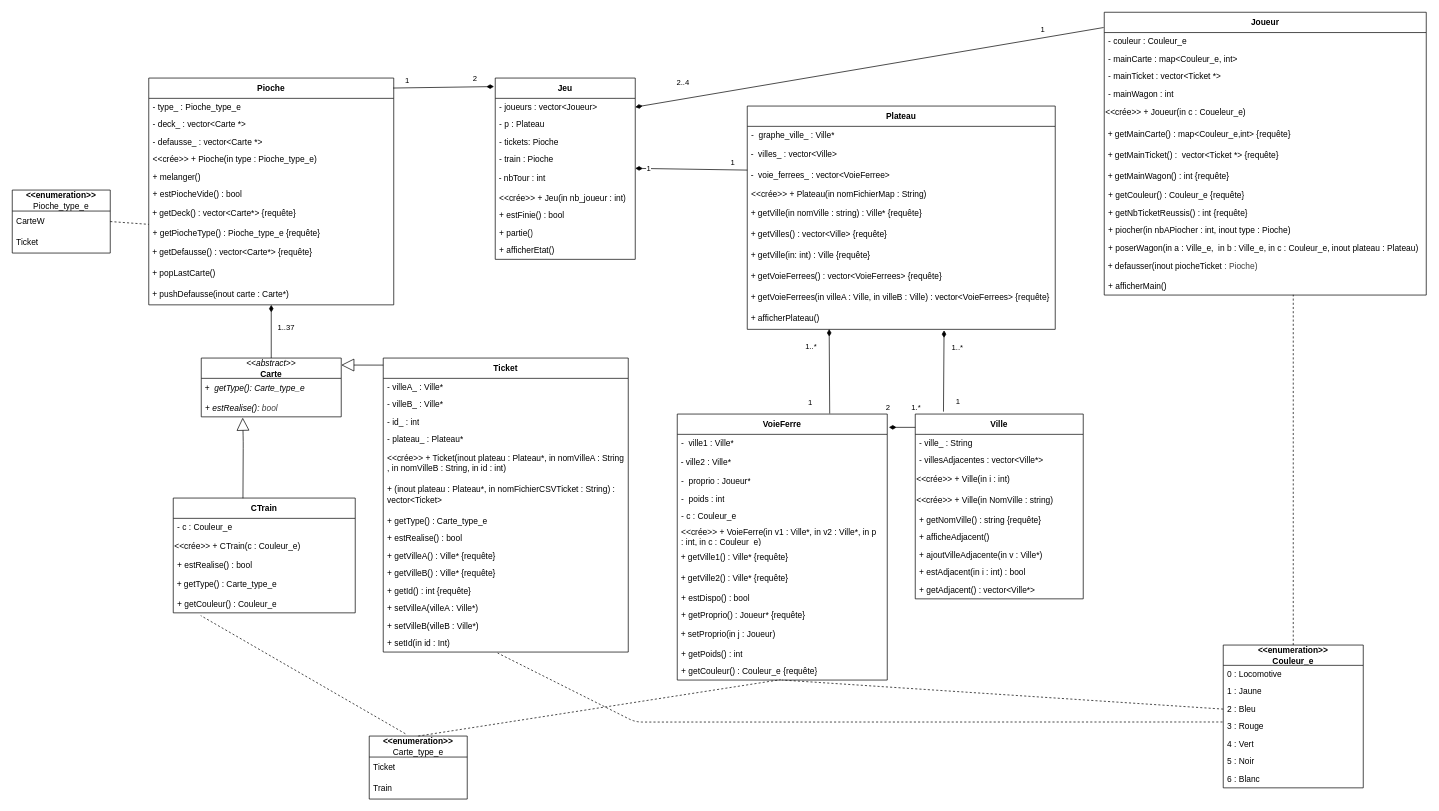
ECN-SEC-SMP/smp-tp11-note-secgpas keeps this draw.io diagram as specs/diagramme-classes.drawio. Above is the earlier version. Source tidied: cells renumbered, new cells numbered last; positions are measured from the earlier drawing's top-left corner, leaving out a move shared by most shapes. Both pictures are drawn from the tidied source at 70%, with x=0, y=0 at pixel (12, 12).
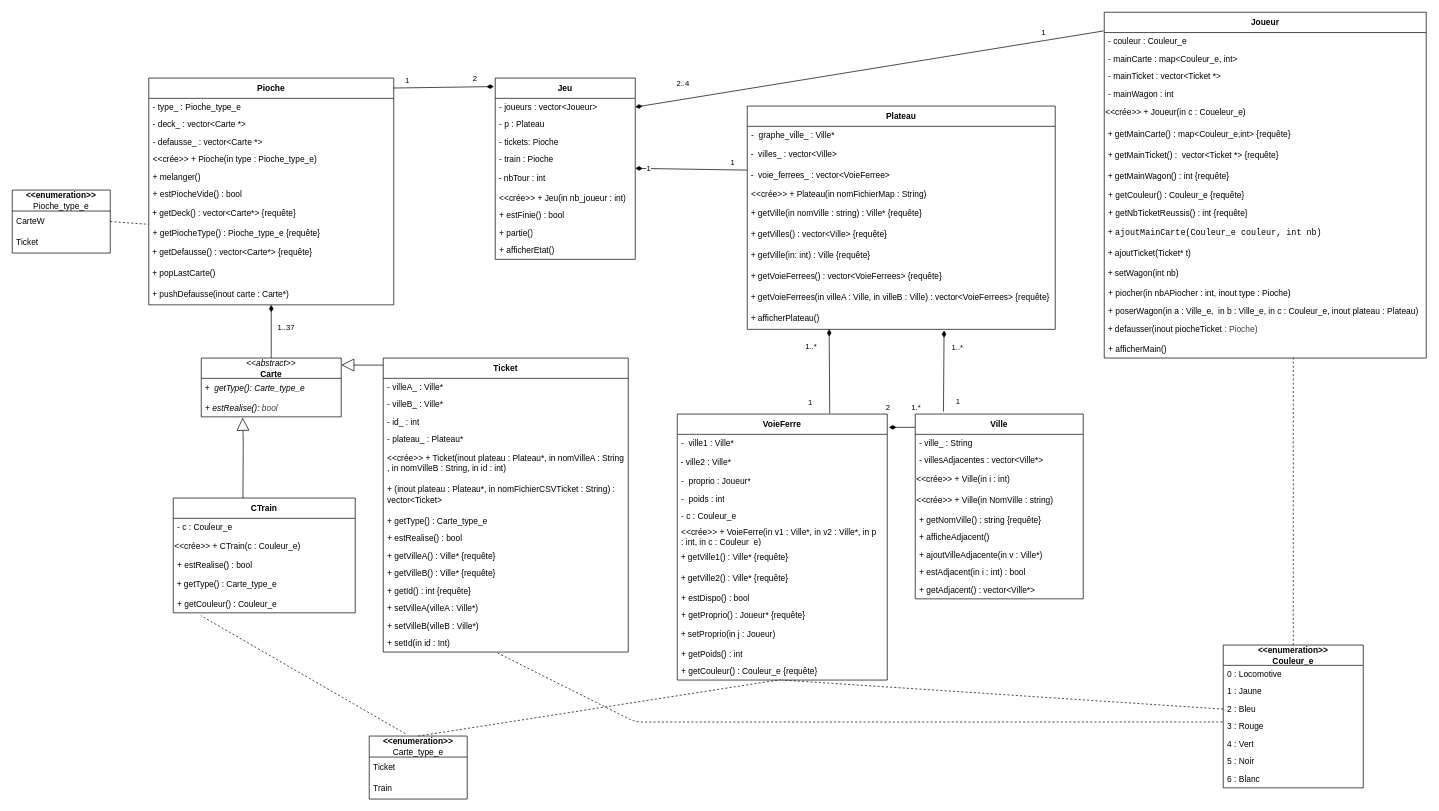
The same diagram, later.

Commit message:
modif du diagramme uml

Change to the diagram source:
```diff
@@
     <mxCell id="24" value="Joueur" style="swimlane;fontStyle=1;align=center;verticalAlign=middle;horizontal=1;startSize=29;html=1;whiteSpace=wrap;" parent="1" vertex="1">
-      <mxGeometry x="1560" width="460" height="404" as="geometry" />
+      <mxGeometry x="1560" width="460" height="494" as="geometry" />
     </mxCell>
@@
+    <mxCell id="140" value="&lt;font style=&quot;color: rgb(0, 0, 0);&quot;&gt;&amp;nbsp;+&amp;nbsp;&lt;span style=&quot;font-family: &amp;quot;Droid Sans Mono&amp;quot;, monospace; white-space: pre;&quot;&gt;ajoutMainCarte&lt;/span&gt;&lt;span style=&quot;font-family: &amp;quot;Droid Sans Mono&amp;quot;, monospace; white-space: pre;&quot;&gt;(&lt;/span&gt;&lt;span style=&quot;font-family: &amp;quot;Droid Sans Mono&amp;quot;, monospace; white-space: pre;&quot;&gt;Couleur_e&lt;/span&gt;&lt;span style=&quot;font-family: &amp;quot;Droid Sans Mono&amp;quot;, monospace; white-space: pre;&quot;&gt; &lt;/span&gt;&lt;span style=&quot;font-family: &amp;quot;Droid Sans Mono&amp;quot;, monospace; white-space: pre;&quot;&gt;couleur&lt;/span&gt;&lt;span style=&quot;font-family: &amp;quot;Droid Sans Mono&amp;quot;, monospace; white-space: pre;&quot;&gt;, &lt;/span&gt;&lt;span style=&quot;font-family: &amp;quot;Droid Sans Mono&amp;quot;, monospace; white-space: pre;&quot;&gt;int&lt;/span&gt;&lt;span style=&quot;font-family: &amp;quot;Droid Sans Mono&amp;quot;, monospace; white-space: pre;&quot;&gt; &lt;/span&gt;&lt;span style=&quot;font-family: &amp;quot;Droid Sans Mono&amp;quot;, monospace; white-space: pre;&quot;&gt;nb&lt;/span&gt;&lt;span style=&quot;font-family: &amp;quot;Droid Sans Mono&amp;quot;, monospace; white-space: pre;&quot;&gt;)&lt;/span&gt;&lt;/font&gt;" style="text;html=1;align=left;verticalAlign=middle;whiteSpace=wrap;rounded=0;" parent="24" vertex="1">
+      <mxGeometry y="299" width="460" height="30" as="geometry" />
+    </mxCell>
+    <mxCell id="141" value="&amp;nbsp;+ ajoutTicket(Ticket* t)" style="text;html=1;align=left;verticalAlign=middle;whiteSpace=wrap;rounded=0;" parent="24" vertex="1">
+      <mxGeometry y="329" width="460" height="30" as="geometry" />
+    </mxCell>
+    <mxCell id="142" value="&amp;nbsp;+ setWagon(int nb)" style="text;html=1;align=left;verticalAlign=middle;whiteSpace=wrap;rounded=0;" parent="24" vertex="1">
+      <mxGeometry y="359" width="460" height="30" as="geometry" />
+    </mxCell>
     <mxCell id="35" value="+ piocher(in nbAPiocher : int, inout type : Pioche)" style="text;html=1;strokeColor=none;fillColor=none;align=left;verticalAlign=middle;spacingLeft=4;spacingRight=4;overflow=hidden;whiteSpace=wrap;" parent="24" vertex="1">
-      <mxGeometry y="299" width="460" height="25" as="geometry" />
+      <mxGeometry y="389" width="460" height="25" as="geometry" />
     </mxCell>
     <mxCell id="36" value="+ poserWagon(in a :&amp;nbsp;&lt;span style=&quot;color: rgb(0, 0, 0);&quot;&gt;Ville_e&lt;/span&gt;,&amp;nbsp; in b :&amp;nbsp;&lt;span style=&quot;color: rgb(0, 0, 0);&quot;&gt;Ville_e&lt;/span&gt;, in c :&amp;nbsp;&lt;span style=&quot;color: rgb(0, 0, 0);&quot;&gt;Couleur_e, inout plateau : Plateau&lt;/span&gt;&lt;span style=&quot;background-color: transparent;&quot;&gt;)&lt;/span&gt;" style="text;html=1;strokeColor=none;fillColor=none;align=left;verticalAlign=middle;spacingLeft=4;spacingRight=4;overflow=hidden;whiteSpace=wrap;" parent="24" vertex="1">
-      <mxGeometry y="324" width="460" height="25" as="geometry" />
+      <mxGeometry y="414" width="460" height="25" as="geometry" />
     </mxCell>
     <mxCell id="37" value="&amp;nbsp;+ defausser(inout piocheTicket&amp;nbsp;&lt;span style=&quot;color: rgb(63, 63, 63); background-color: transparent;&quot;&gt;: Pioche)&lt;/span&gt;" style="text;html=1;align=left;verticalAlign=middle;whiteSpace=wrap;rounded=0;" parent="24" vertex="1">
-      <mxGeometry y="349" width="460" height="30" as="geometry" />
+      <mxGeometry y="439" width="460" height="30" as="geometry" />
     </mxCell>
     <mxCell id="38" value="+ afficherMain()" style="text;html=1;strokeColor=none;fillColor=none;align=left;verticalAlign=middle;spacingLeft=4;spacingRight=4;overflow=hidden;points=[[0,0.5],[1,0.5]];portConstraint=eastwest;whiteSpace=wrap;" parent="24" vertex="1">
-      <mxGeometry y="379" width="460" height="25" as="geometry" />
+      <mxGeometry y="469" width="460" height="25" as="geometry" />
     </mxCell>
```
